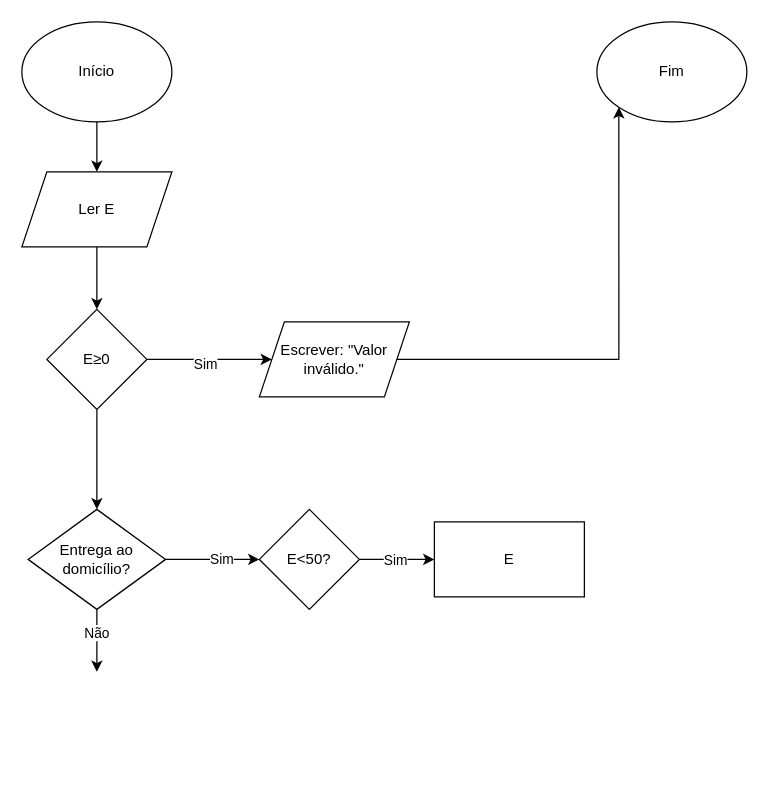
Earlier version of the draw.io diagram flux12.drawio (matheuslachaves/Fluxogramas). Source tidied: cells renumbered, new cells numbered last; positions are measured from the earlier drawing's top-left corner, leaving out a move shared by most shapes. Both pictures are drawn from the tidied source at 125%, with x=0, y=0 at pixel (21, 21).
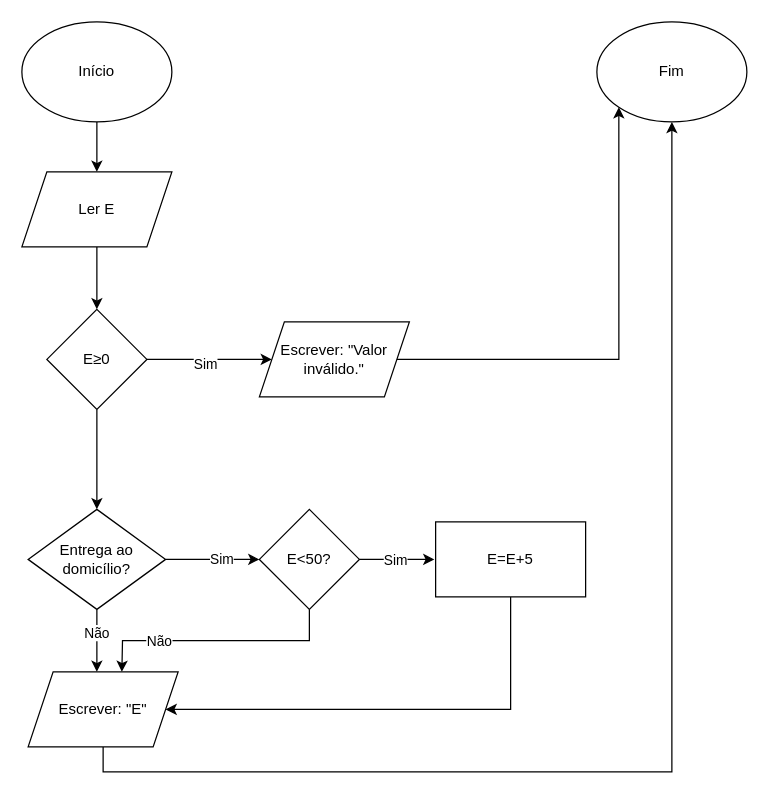
After the change.

The change refers to these unchanged cells:
```xml
<mxCell id="12" value="Fim" style="ellipse;whiteSpace=wrap;html=1;shapeInside=1;" parent="1" vertex="1">
  <mxGeometry x="460" width="120" height="80" as="geometry" />
</mxCell>
<mxCell id="20" value="E&amp;lt;50?" style="rhombus;whiteSpace=wrap;html=1;shapeInside=1;" parent="1" vertex="1">
  <mxGeometry x="190" y="390" width="80" height="80" as="geometry" />
</mxCell>
```

The edit, as a diff of the source:
```diff
@@
+    <mxCell id="22" style="edgeStyle=orthogonalEdgeStyle;rounded=0;jettySize=auto;html=1;exitX=0.5;exitY=1;exitDx=0;exitDy=0;" parent="1" edge="1" source="20">
+      <mxGeometry relative="1" as="geometry">
+        <mxPoint x="80" y="520" as="targetPoint" />
+      </mxGeometry>
+    </mxCell>
+    <mxCell id="23" value="Não" style="edgeLabel;html=1;align=center;verticalAlign=middle;" parent="22" vertex="1">
+      <mxGeometry x="0.46" relative="1" as="geometry" />
+    </mxCell>
@@
+    <mxCell id="24" style="edgeStyle=orthogonalEdgeStyle;rounded=0;jettySize=auto;html=1;entryX=1;entryY=0.5;entryDx=0;entryDy=0;" parent="1" edge="1" source="21" target="26">
+      <mxGeometry relative="1" as="geometry">
+        <Array as="points">
+          <mxPoint x="391" y="550" />
+        </Array>
+      </mxGeometry>
+    </mxCell>
-    <mxCell id="21" value="E" style="rounded=0;whiteSpace=wrap;html=1;" parent="1" vertex="1">
-      <mxGeometry x="330" y="400" width="120" height="60" as="geometry" />
+    <mxCell id="21" value="E=E+5" style="rounded=0;whiteSpace=wrap;html=1;" parent="1" vertex="1">
+      <mxGeometry x="331" y="400" width="120" height="60" as="geometry" />
     </mxCell>
+    <mxCell id="25" style="edgeStyle=orthogonalEdgeStyle;rounded=0;jettySize=auto;html=1;exitX=0.5;exitY=1;exitDx=0;exitDy=0;" parent="1" edge="1" source="26" target="12">
+      <mxGeometry relative="1" as="geometry" />
+    </mxCell>
+    <mxCell id="26" value="Escrever: &quot;E&quot;" style="shape=parallelogram;perimeter=parallelogramPerimeter;whiteSpace=wrap;html=1;shapeInside=1;fixedSize=1;" parent="1" vertex="1">
+      <mxGeometry x="5" y="520" width="120" height="60" as="geometry" />
+    </mxCell>
```
